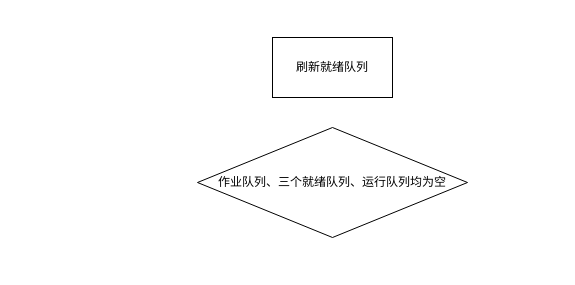
The draw.io diagram Untitled Diagram.drawio in ztq1217/javatest, before the edit. Source tidied: cells renumbered, new cells numbered last; positions are measured from the earlier drawing's top-left corner, leaving out a move shared by most shapes. Both pictures are drawn from the tidied source at 100%, with x=0, y=0 at pixel (197, 37).
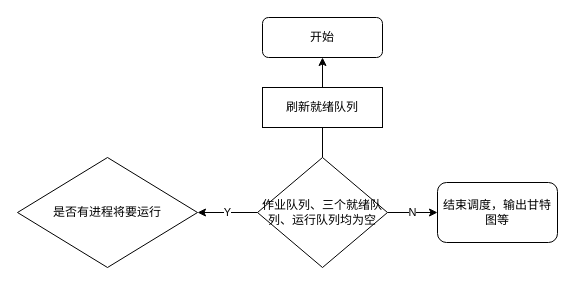
After the change.

What changed in the source:
```diff
@@
 <mxGraphModel>
   <root>
     <mxCell id="0" />
     <mxCell id="1" parent="0" />
+    <mxCell id="4" value="Y" style="edgeStyle=orthogonalEdgeStyle;rounded=0;jettySize=auto;html=1;" parent="1" edge="1" source="2" target="9">
+      <mxGeometry relative="1" as="geometry" />
+    </mxCell>
+    <mxCell id="5" value="N" style="edgeStyle=orthogonalEdgeStyle;rounded=0;jettySize=auto;html=1;" parent="1" edge="1" source="2" target="8">
+      <mxGeometry relative="1" as="geometry" />
+    </mxCell>
+    <mxCell id="6" style="edgeStyle=orthogonalEdgeStyle;rounded=0;jettySize=auto;html=1;" parent="1" edge="1" source="2" target="7">
+      <mxGeometry relative="1" as="geometry" />
+    </mxCell>
     <mxCell id="2" value="作业队列、三个就绪队列、运行队列均为空" style="rhombus;whiteSpace=wrap;html=1;" parent="1" vertex="1">
-      <mxGeometry y="90" width="270" height="110" as="geometry" />
+      <mxGeometry x="60" y="120" width="130" height="110" as="geometry" />
     </mxCell>
     <mxCell id="3" value="刷新就绪队列" style="rounded=0;whiteSpace=wrap;html=1;" parent="1" vertex="1">
-      <mxGeometry x="75" width="120" height="60" as="geometry" />
+      <mxGeometry x="65" y="50" width="120" height="40" as="geometry" />
     </mxCell>
+    <mxCell id="7" value="开始" style="rounded=1;whiteSpace=wrap;html=1;" parent="1" vertex="1">
+      <mxGeometry x="65" y="-20" width="120" height="40" as="geometry" />
+    </mxCell>
+    <mxCell id="8" value="结束调度，输出甘特图等" style="rounded=1;whiteSpace=wrap;html=1;" parent="1" vertex="1">
+      <mxGeometry x="240" y="145" width="120" height="60" as="geometry" />
+    </mxCell>
+    <mxCell id="9" value="是否有进程将要运行" style="rhombus;whiteSpace=wrap;html=1;" parent="1" vertex="1">
+      <mxGeometry x="-180" y="120" width="180" height="110" as="geometry" />
+    </mxCell>
   </root>
 </mxGraphModel>
```
